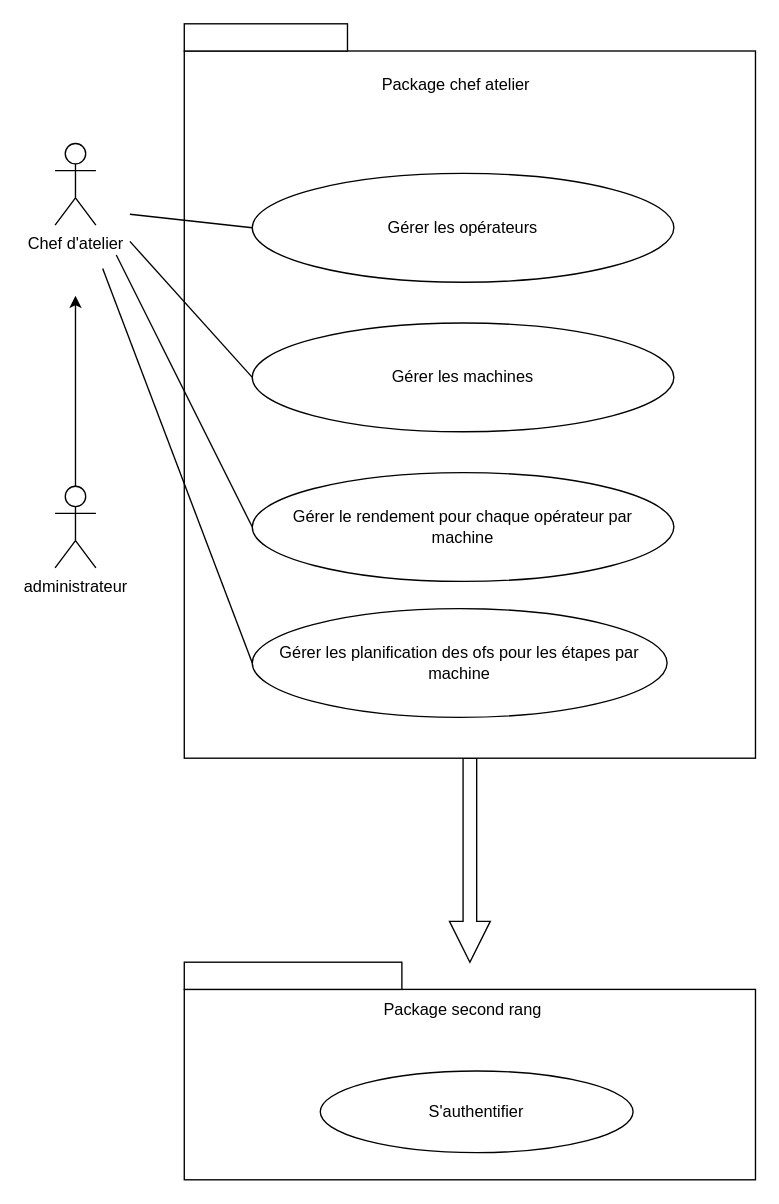
The draw.io diagram cas d'utilisation chef atelier.drawio in AbdelazizBs/GPAO-SpringApp, before the edit. Source tidied: cells renumbered, new cells numbered last; positions are measured from the earlier drawing's top-left corner, leaving out a move shared by most shapes. Both pictures are drawn from the tidied source at 136%, with x=0, y=0 at pixel (54, 23).
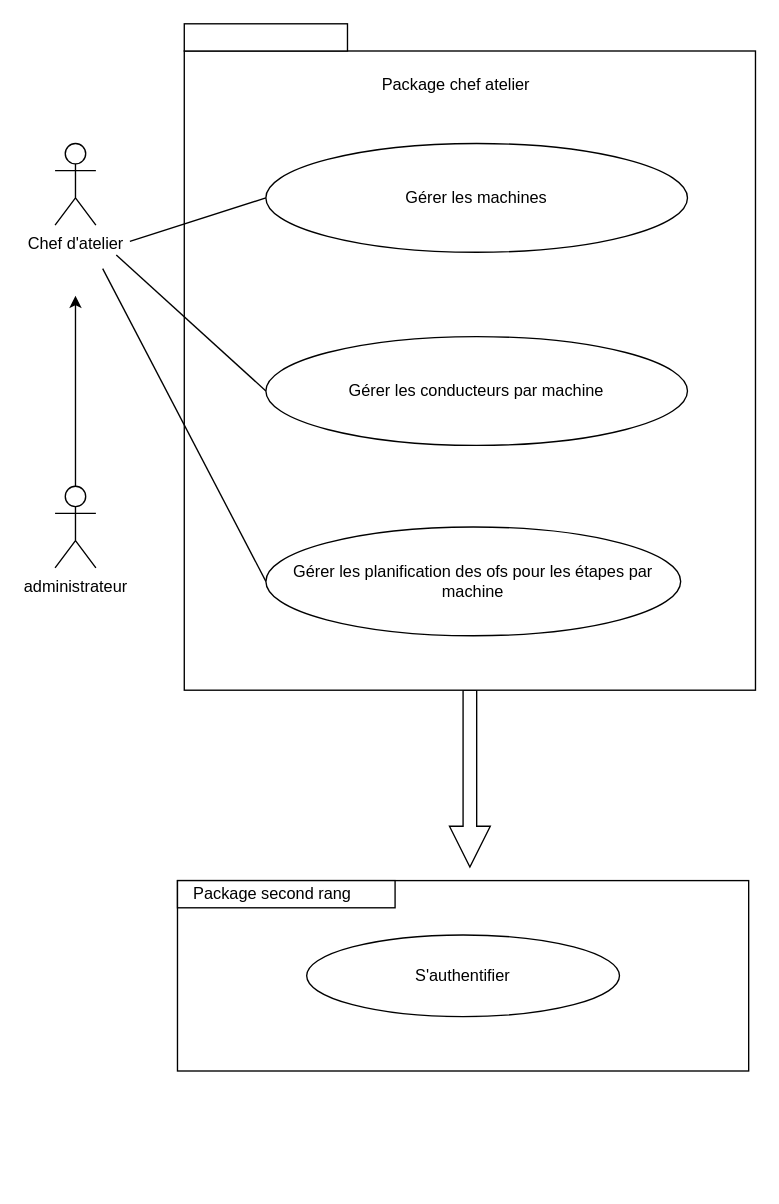
After the change.

Commit message:
Mettre à jour cas d'utilisation chef atelier.drawio

Diff of the diagram source:
```diff
@@
     <mxCell id="2" style="edgeStyle=orthogonalEdgeStyle;rounded=0;jettySize=auto;html=1;shadow=0;shape=arrow;" parent="1" edge="1" source="3">
       <mxGeometry relative="1" as="geometry">
-        <mxPoint x="305" y="690" as="targetPoint" />
+        <mxPoint x="305" y="620" as="targetPoint" />
       </mxGeometry>
     </mxCell>
     <mxCell id="3" style="rounded=0;whiteSpace=wrap;html=1;" parent="1" vertex="1">
-      <mxGeometry x="95" y="20" width="420" height="520" as="geometry" />
+      <mxGeometry x="95" y="20" width="420" height="470" as="geometry" />
     </mxCell>
@@
-    <mxCell id="9" value="Gérer les opérateurs" style="ellipse;whiteSpace=wrap;html=1;" parent="1" vertex="1">
-      <mxGeometry x="145" y="110" width="310" height="80" as="geometry" />
-    </mxCell>
     <mxCell id="10" value="Gérer les machines" style="ellipse;whiteSpace=wrap;html=1;" parent="1" vertex="1">
-      <mxGeometry x="145" y="220" width="310" height="80" as="geometry" />
+      <mxGeometry x="155" y="88" width="310" height="80" as="geometry" />
     </mxCell>
-    <mxCell id="11" value="Gérer le rendement pour chaque opérateur par &lt;br&gt;machine" style="ellipse;whiteSpace=wrap;html=1;" parent="1" vertex="1">
-      <mxGeometry x="145" y="330" width="310" height="80" as="geometry" />
+    <mxCell id="11" value="Gérer les conducteurs par machine" style="ellipse;whiteSpace=wrap;html=1;" parent="1" vertex="1">
+      <mxGeometry x="155" y="230" width="310" height="80" as="geometry" />
     </mxCell>
     <mxCell id="12" value="Gérer les planification des ofs pour les étapes par machine" style="ellipse;whiteSpace=wrap;html=1;" parent="1" vertex="1">
-      <mxGeometry x="145" y="430" width="305" height="80" as="geometry" />
+      <mxGeometry x="155" y="370" width="305" height="80" as="geometry" />
     </mxCell>
     <mxCell id="13" value="&lt;span style=&quot;white-space: pre;&quot;&gt;&#9;&lt;/span&gt;" style="rounded=0;whiteSpace=wrap;html=1;" parent="1" vertex="1">
-      <mxGeometry x="95" y="710" width="420" height="140" as="geometry" />
+      <mxGeometry x="90" y="630" width="420" height="140" as="geometry" />
     </mxCell>
     <mxCell id="14" style="rounded=0;whiteSpace=wrap;html=1;" parent="1" vertex="1">
-      <mxGeometry x="95" y="690" width="160" height="20" as="geometry" />
+      <mxGeometry x="90" y="630" width="160" height="20" as="geometry" />
     </mxCell>
     <mxCell id="15" value="Package second rang" style="text;html=1;strokeColor=none;fillColor=none;align=center;verticalAlign=middle;whiteSpace=wrap;rounded=0;" parent="1" vertex="1">
-      <mxGeometry x="205" y="710" width="190" height="30" as="geometry" />
+      <mxGeometry x="65" y="625" width="190" height="30" as="geometry" />
     </mxCell>
     <mxCell id="16" value="S'authentifier" style="ellipse;whiteSpace=wrap;html=1;" parent="1" vertex="1">
-      <mxGeometry x="195" y="770" width="230" height="60" as="geometry" />
+      <mxGeometry x="185" y="670" width="230" height="60" as="geometry" />
     </mxCell>
-    <mxCell id="17" style="endArrow=none;html=1;rounded=0;entryX=0;entryY=0.5;entryDx=0;entryDy=0;" parent="1" edge="1" target="9">
-      <mxGeometry relative="1" as="geometry">
-        <mxPoint x="55" y="140" as="sourcePoint" />
-      </mxGeometry>
-    </mxCell>
@@
-    <mxCell id="20" style="endArrow=none;html=1;rounded=0;" parent="1" edge="1">
+    <mxCell id="20" style="endArrow=none;html=1;rounded=0;entryX=0;entryY=0.5;entryDx=0;entryDy=0;" parent="1" edge="1" target="12">
       <mxGeometry relative="1" as="geometry">
         <mxPoint x="35" y="180" as="sourcePoint" />
-        <mxPoint x="145" y="470" as="targetPoint" />
       </mxGeometry>
     </mxCell>
```
